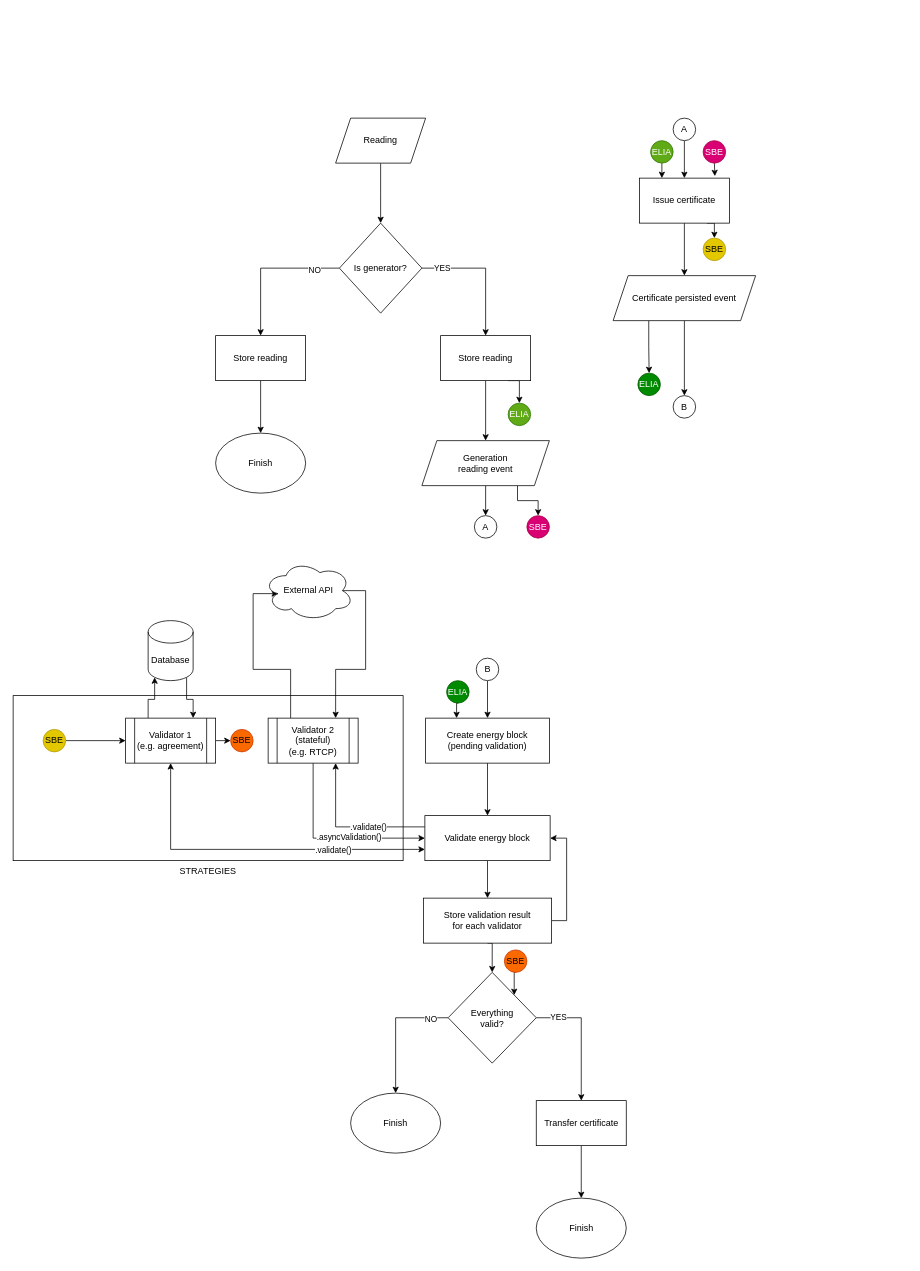
Above: transfer.drawio in energywebfoundation/origin-247-sdk (draw.io), before the change. Source tidied: cells renumbered, new cells numbered last; positions are measured from the earlier drawing's top-left corner, leaving out a move shared by most shapes. Both pictures are drawn from the tidied source at 75%, with x=0, y=0 at pixel (13, 118).
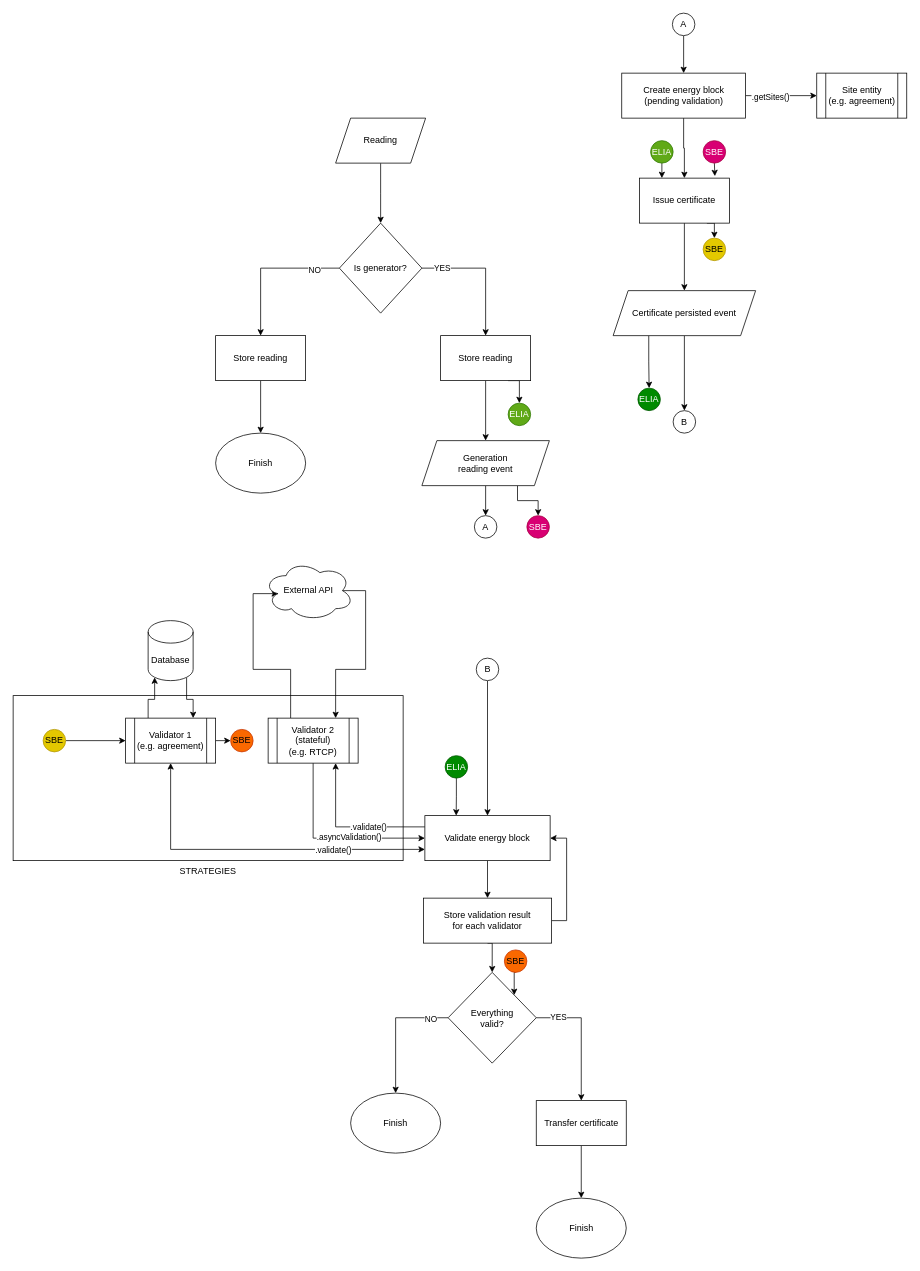
The same page after the edit.

The change refers to these unchanged cells:
```xml
<mxCell id="24" value="Issue certificate" style="rounded=0;whiteSpace=wrap;html=1;" parent="1" vertex="1">
  <mxGeometry x="835" y="80" width="120" height="60" as="geometry" />
</mxCell>
<mxCell id="30" value="B" style="ellipse;whiteSpace=wrap;html=1;" parent="1" vertex="1">
  <mxGeometry x="617.5" y="720" width="30" height="30" as="geometry" />
</mxCell>
<mxCell id="36" value="Validate energy block" style="rounded=0;whiteSpace=wrap;html=1;" parent="1" vertex="1">
  <mxGeometry x="549" y="930" width="167" height="60" as="geometry" />
</mxCell>
```

What changed in the source:
```diff
@@
-    <mxCell id="20" style="edgeStyle=orthogonalEdgeStyle;rounded=0;jettySize=auto;html=1;endArrow=classic;endFill=1;" parent="1" edge="1" source="21" target="24">
-      <mxGeometry relative="1" as="geometry" />
-    </mxCell>
+    <mxCell id="78" style="edgeStyle=orthogonalEdgeStyle;rounded=0;jettySize=auto;html=1;exitX=0.5;exitY=1;exitDx=0;exitDy=0;entryX=0.5;entryY=0;entryDx=0;entryDy=0;" parent="1" edge="1" source="21" target="32">
+      <mxGeometry relative="1" as="geometry" />
+    </mxCell>
     <mxCell id="21" value="A" style="ellipse;whiteSpace=wrap;html=1;" parent="1" vertex="1">
-      <mxGeometry x="880" width="30" height="30" as="geometry" />
+      <mxGeometry x="879" y="-140" width="30" height="30" as="geometry" />
     </mxCell>
@@
     <mxCell id="27" value="Certificate persisted event" style="shape=parallelogram;perimeter=parallelogramPerimeter;whiteSpace=wrap;html=1;fixedSize=1;" parent="1" vertex="1">
-      <mxGeometry x="800" y="210" width="190" height="60" as="geometry" />
+      <mxGeometry x="800" y="230" width="190" height="60" as="geometry" />
     </mxCell>
     <mxCell id="28" value="B" style="ellipse;whiteSpace=wrap;html=1;" parent="1" vertex="1">
-      <mxGeometry x="880" y="370" width="30" height="30" as="geometry" />
+      <mxGeometry x="880" y="390" width="30" height="30" as="geometry" />
     </mxCell>
-    <mxCell id="29" style="edgeStyle=orthogonalEdgeStyle;rounded=0;jettySize=auto;html=1;endArrow=classic;endFill=1;" parent="1" edge="1" source="30" target="32">
-      <mxGeometry relative="1" as="geometry" />
-    </mxCell>
+    <mxCell id="79" style="edgeStyle=orthogonalEdgeStyle;rounded=0;jettySize=auto;html=1;exitX=0.5;exitY=1;exitDx=0;exitDy=0;entryX=0.5;entryY=0;entryDx=0;entryDy=0;" parent="1" edge="1" source="30" target="36">
+      <mxGeometry relative="1" as="geometry" />
+    </mxCell>
@@
-    <mxCell id="31" style="edgeStyle=orthogonalEdgeStyle;rounded=0;jettySize=auto;html=1;endArrow=classic;endFill=1;" parent="1" edge="1" source="32" target="36">
-      <mxGeometry relative="1" as="geometry" />
-    </mxCell>
-    <mxCell id="32" value="Create energy block&lt;br&gt;(pending validation)" style="rounded=0;whiteSpace=wrap;html=1;" parent="1" vertex="1">
-      <mxGeometry x="550" y="800" width="165" height="60" as="geometry" />
-    </mxCell>
@@
-    <mxCell id="66" style="edgeStyle=orthogonalEdgeStyle;rounded=0;jettySize=auto;html=1;exitX=0.5;exitY=1;exitDx=0;exitDy=0;entryX=0.25;entryY=0;entryDx=0;entryDy=0;endArrow=classic;endFill=1;" parent="1" edge="1" source="67" target="32">
-      <mxGeometry relative="1" as="geometry" />
-    </mxCell>
+    <mxCell id="80" style="edgeStyle=orthogonalEdgeStyle;rounded=0;jettySize=auto;html=1;exitX=0.5;exitY=1;exitDx=0;exitDy=0;entryX=0.25;entryY=0;entryDx=0;entryDy=0;" parent="1" edge="1" source="67" target="36">
+      <mxGeometry relative="1" as="geometry" />
+    </mxCell>
     <mxCell id="67" value="ELIA" style="ellipse;whiteSpace=wrap;html=1;fillColor=#008a00;strokeColor=#005700;fontColor=#ffffff;" parent="1" vertex="1">
-      <mxGeometry x="578" y="750" width="30" height="30" as="geometry" />
+      <mxGeometry x="576" y="850" width="30" height="30" as="geometry" />
     </mxCell>
@@
     <mxCell id="77" value="ELIA" style="ellipse;whiteSpace=wrap;html=1;fillColor=#008a00;strokeColor=#005700;fontColor=#ffffff;" parent="1" vertex="1">
-      <mxGeometry x="833" y="340" width="30" height="30" as="geometry" />
+      <mxGeometry x="833" y="360" width="30" height="30" as="geometry" />
     </mxCell>
+    <mxCell id="81" style="edgeStyle=orthogonalEdgeStyle;rounded=0;jettySize=auto;html=1;exitX=1;exitY=0.5;exitDx=0;exitDy=0;entryX=0;entryY=0.5;entryDx=0;entryDy=0;" parent="1" edge="1" source="32" target="84">
+      <mxGeometry relative="1" as="geometry">
+        <Array as="points">
+          <mxPoint x="1021.5" y="-30" />
+          <mxPoint x="1021.5" y="-30" />
+        </Array>
+      </mxGeometry>
+    </mxCell>
+    <mxCell id="82" value=".getSites()" style="edgeLabel;html=1;align=center;verticalAlign=middle;" parent="81" vertex="1">
+      <mxGeometry x="-0.31" y="-1" relative="1" as="geometry" />
+    </mxCell>
+    <mxCell id="83" style="edgeStyle=orthogonalEdgeStyle;rounded=0;jettySize=auto;html=1;exitX=0.5;exitY=1;exitDx=0;exitDy=0;entryX=0.5;entryY=0;entryDx=0;entryDy=0;" parent="1" edge="1" source="32" target="24">
+      <mxGeometry relative="1" as="geometry" />
+    </mxCell>
+    <mxCell id="32" value="Create energy block&lt;br&gt;(pending validation)" style="rounded=0;whiteSpace=wrap;html=1;" parent="1" vertex="1">
+      <mxGeometry x="811.5" y="-60" width="165" height="60" as="geometry" />
+    </mxCell>
+    <mxCell id="84" value="Site entity&lt;br&gt;(e.g. agreement)" style="shape=process;whiteSpace=wrap;html=1;backgroundOutline=1;" parent="1" vertex="1">
+      <mxGeometry x="1071.5" y="-60" width="120" height="60" as="geometry" />
+    </mxCell>
```
